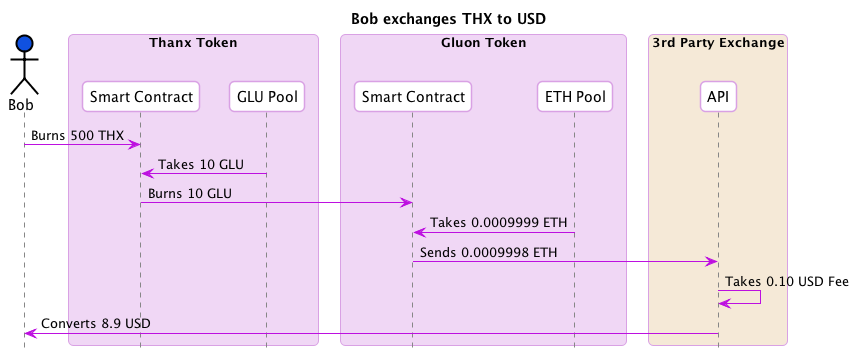
This is flows/b-thx-to-usd-b.png from gluon-project/gluon-specs, a PlantUML export, as it was before one commit.
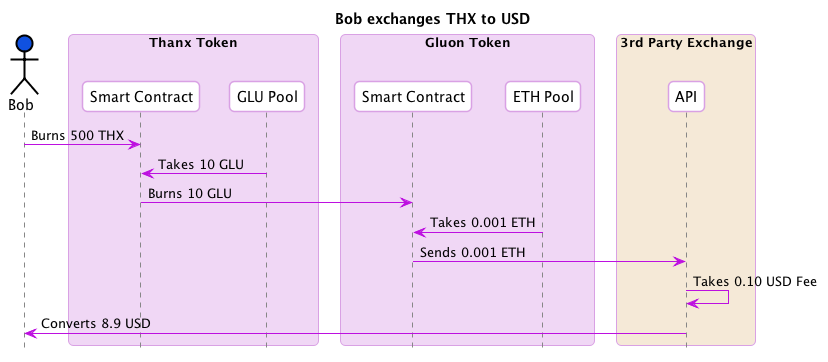
After the change.

The edit, as a diff of the source:
```diff
@@ -43,8 +43,8 @@
 Bob -> ThanxSC : Burns 500 THX
 ThanxSC <- THXGLUPool : Takes 10 GLU
 ThanxSC -> GluonSC : Burns 10 GLU
-GluonSC <- ETHPool : Takes 0.0009999 ETH
-GluonSC -> Exchange : Sends 0.0009998 ETH
+GluonSC <- ETHPool : Takes 0.001 ETH
+GluonSC -> Exchange : Sends 0.001 ETH
 Exchange -> Exchange : Takes 0.10 USD Fee
 Exchange -> Bob : Converts 8.9 USD
 
```
